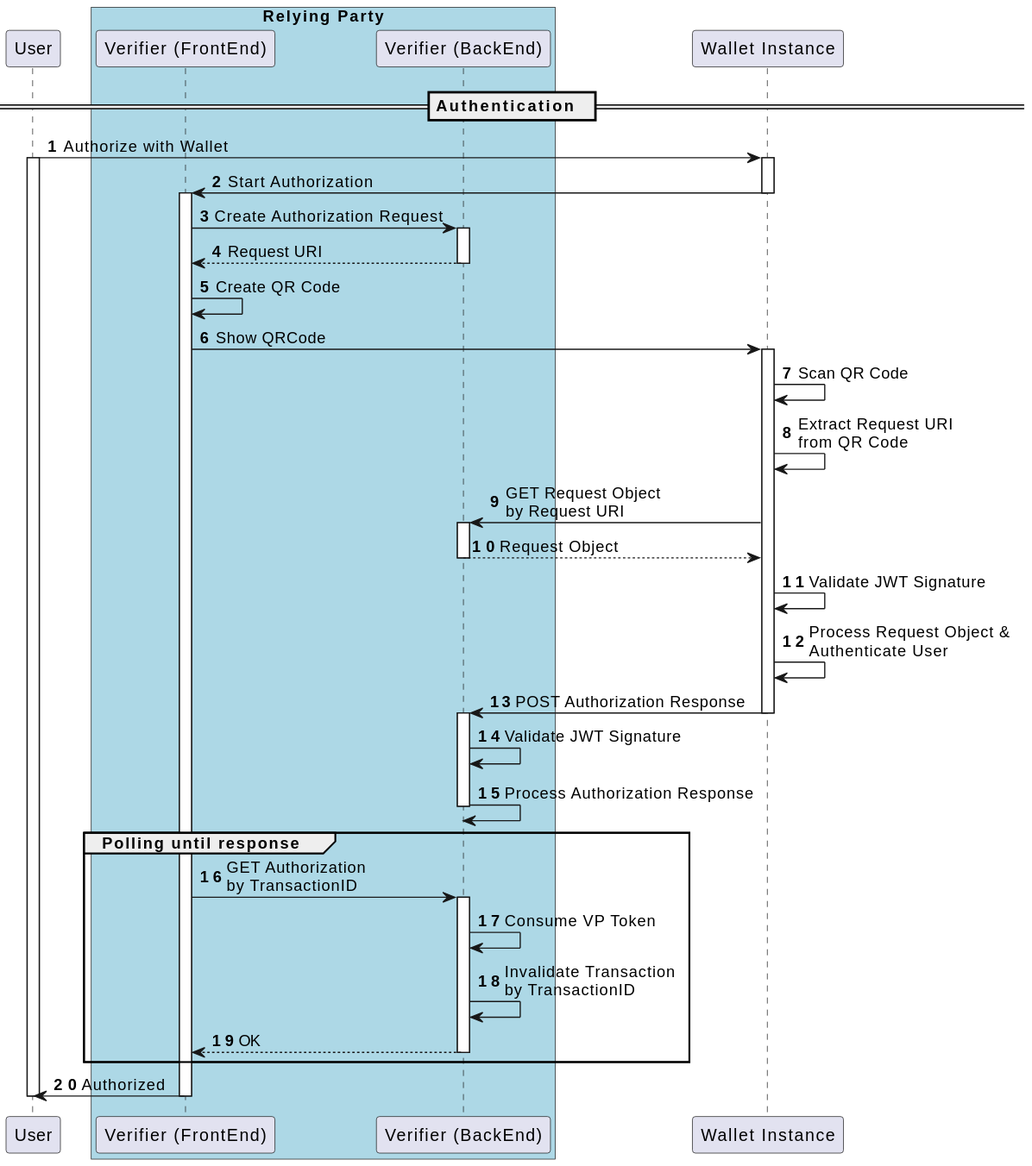
Above: images/cross_device_auth_seq_diagram.svg in italia/eudi-wallet-it-docs (PlantUML), before the change.
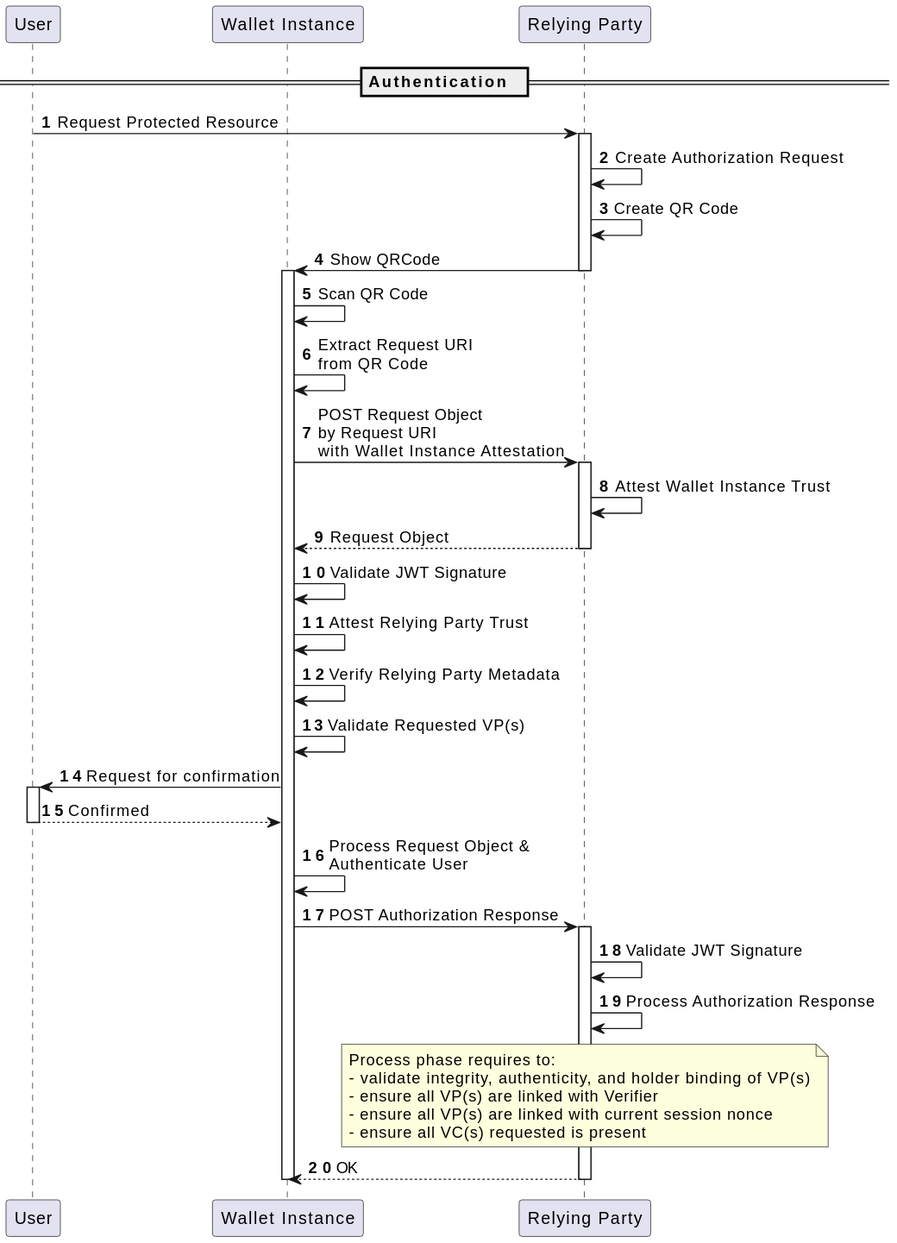
After the change.

Commit message:
feat: relying party documentation update

Diff of the diagram source:
```diff
@@ -2,54 +2,42 @@
 autonumber
 
 participant "User" as u
-
-box "Relying Party" #LightBlue
-participant "Verifier (FrontEnd)" as fe
-participant "Verifier (BackEnd)" as be
-end box
-
 participant "Wallet Instance" as w
+participant "Relying Party" as ve
 
 == Authentication  ==
-u -> w: Authorize with Wallet
-activate u
-activate w
-w -> fe: Start Authorization
-deactivate w
-activate fe
-fe -> be: Create Authorization Request
-activate be
-be --> fe: Request URI
-deactivate be
-fe -> fe: Create QR Code
-fe -> w: Show QRCode
+u -> ve: Request Protected Resource
+activate ve
+ve -> ve: Create Authorization Request
+ve -> ve: Create QR Code
+ve -> w: Show QRCode
+deactivate ve
 activate w
 
 w -> w: Scan QR Code
 w -> w: Extract Request URI\nfrom QR Code
-w -> be: GET Request Object \nby Request URI
-activate be
-be --> w: Request Object
-deactivate be
+w -> ve: POST Request Object \nby Request URI\nwith Wallet Instance Attestation
+activate ve
+ve -> ve: Attest Wallet Instance Trust
+ve --> w: Request Object
+deactivate ve
 w -> w: Validate JWT Signature
+w -> w: Attest Relying Party Trust
+w -> w: Verify Relying Party Metadata
+w -> w: Validate Requested VP(s)
+w -> u: Request for confirmation
+activate u
+u --> w: Confirmed
+deactivate u
 w -> w: Process Request Object &\nAuthenticate User
-w -> be: POST Authorization Response
+w -> ve: POST Authorization Response
+activate ve
+ve -> ve: Validate JWT Signature
+ve -> ve: Process Authorization Response
+note over ve: Process phase requires to: \n- validate integrity, authenticity, and holder binding of VP(s)\n- ensure all VP(s) are linked with Verifier\n- ensure all VP(s) are linked with current session nonce\n- ensure all VC(s) requested is present
+ve --> w: OK
 deactivate w
-activate be
-be -> be: Validate JWT Signature
-be -> be: Process Authorization Response
-deactivate be
 
-group Polling until response
-fe -> be: GET Authorization\nby TransactionID
-activate be
-be -> be: Consume VP Token
-be -> be: Invalidate Transaction\nby TransactionID
-be --> fe: OK
-deactivate be
-end
 
-fe -> u: Authorized
-deactivate fe
-deactivate u
+deactivate ve
 @enduml
```
